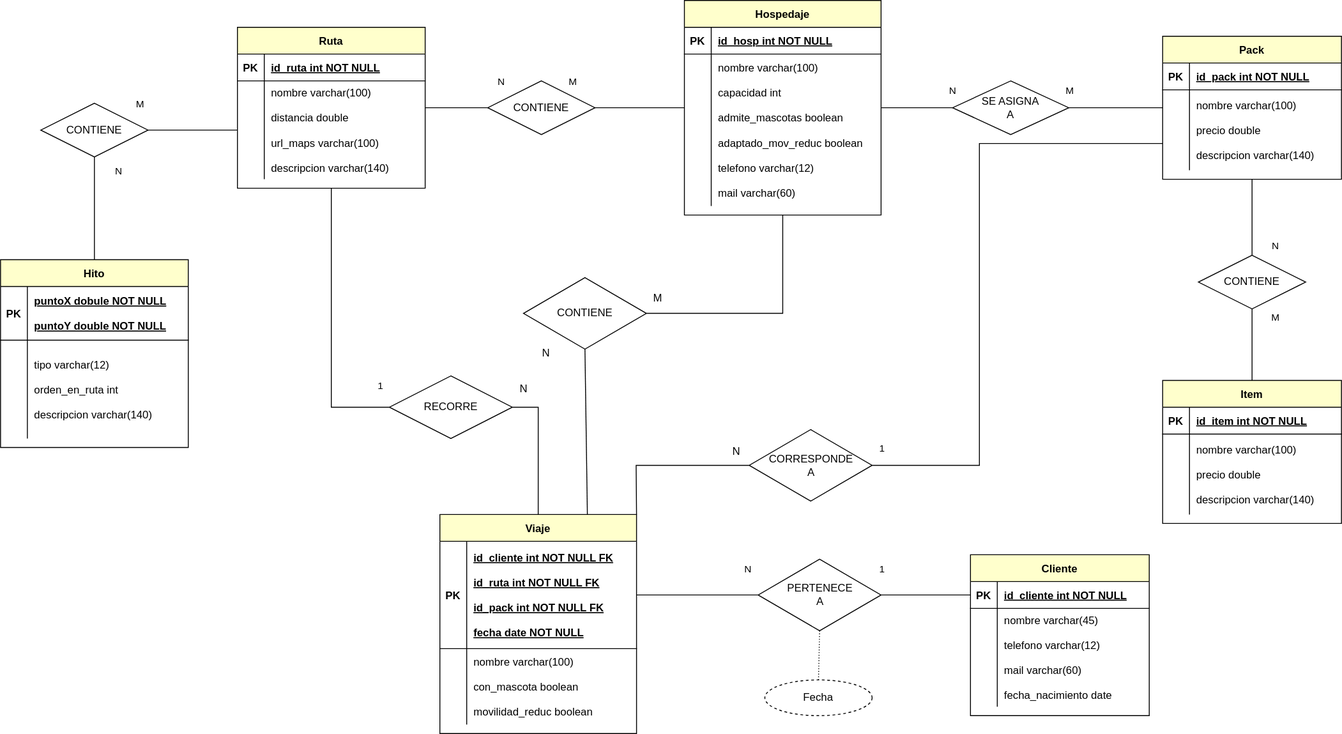
The draw.io diagram docs/images/diagrama_ER.svg in Kadeathdeluz/bookings, before a commit. Source tidied: cells renumbered, new cells last; positions are measured from the earlier drawing's top-left corner, leaving out a move shared by most shapes.
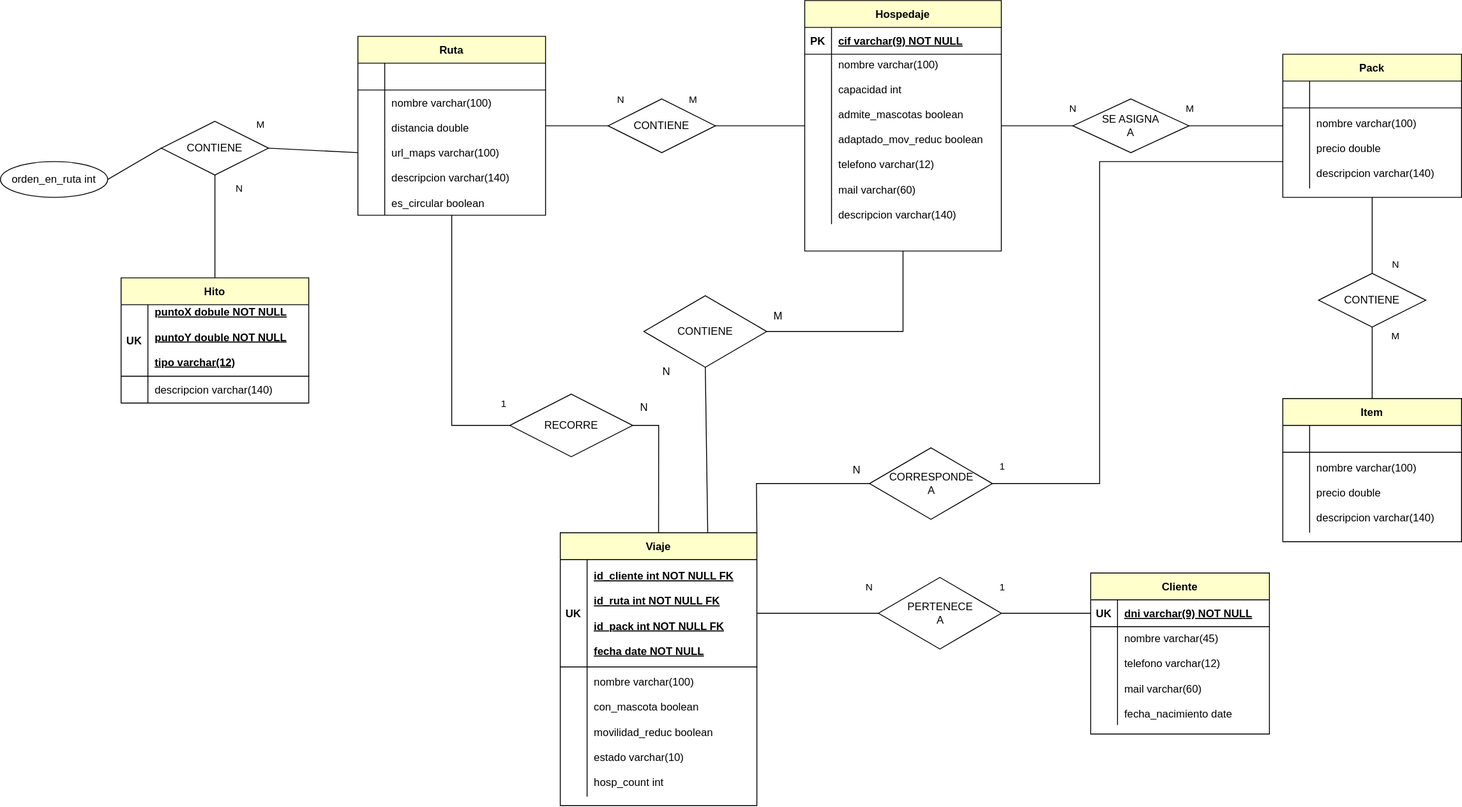
The same diagram one commit later.

Diff of the diagram source:
```diff
@@ -8,10 +8,10 @@
     <mxCell id="3" style="shape=partialRectangle;fillColor=none;points=[[0,0.5],[1,0.5]];portConstraint=eastwest;top=0;left=0;right=0;bottom=1;" parent="2" vertex="1">
       <mxGeometry y="30" width="200" height="30" as="geometry" />
     </mxCell>
-    <mxCell id="4" value="PK" style="shape=partialRectangle;overflow=hidden;fillColor=none;top=0;left=0;bottom=0;right=0;fontStyle=1;" parent="3" vertex="1">
+    <mxCell id="4" value="UK" style="shape=partialRectangle;overflow=hidden;fillColor=none;top=0;left=0;bottom=0;right=0;fontStyle=1;" parent="3" vertex="1">
       <mxGeometry width="30" height="30" as="geometry" />
     </mxCell>
-    <mxCell id="5" value="id_cliente int NOT NULL" style="shape=partialRectangle;overflow=hidden;fillColor=none;top=0;left=0;bottom=0;right=0;align=left;spacingLeft=6;fontStyle=5;" parent="3" vertex="1">
+    <mxCell id="5" value="dni varchar(9) NOT NULL" style="shape=partialRectangle;overflow=hidden;fillColor=none;top=0;left=0;bottom=0;right=0;align=left;spacingLeft=6;fontStyle=5;" parent="3" vertex="1">
       <mxGeometry x="30" width="170" height="30" as="geometry" />
     </mxCell>
     <mxCell id="6" style="shape=partialRectangle;fillColor=none;top=0;left=0;right=0;bottom=0;" parent="2" vertex="1">
@@ -24,7 +24,7 @@
       <mxGeometry x="30" width="170" height="110" as="geometry" />
     </mxCell>
     <mxCell id="9" value="Hospedaje" style="shape=table;startSize=30;rowLines=0;fontStyle=1;align=center;fillColor=#FFFFCC;" parent="1" vertex="1">
-      <mxGeometry x="765" width="220" height="240" as="geometry" />
+      <mxGeometry x="765" y="-20" width="220" height="280" as="geometry" />
     </mxCell>
     <mxCell id="10" style="shape=partialRectangle;fillColor=none;top=0;left=0;right=0;bottom=1;" parent="9" vertex="1">
       <mxGeometry y="30" width="220" height="30" as="geometry" />
@@ -32,38 +32,38 @@
     <mxCell id="11" value="PK" style="shape=partialRectangle;overflow=hidden;fillColor=none;top=0;left=0;bottom=0;right=0;fontStyle=1;" parent="10" vertex="1">
       <mxGeometry width="30" height="30" as="geometry" />
     </mxCell>
-    <mxCell id="12" value="id_hosp int NOT NULL" style="shape=partialRectangle;overflow=hidden;fillColor=none;top=0;left=0;bottom=0;right=0;align=left;spacingLeft=6;fontStyle=5;" parent="10" vertex="1">
+    <mxCell id="12" value="cif varchar(9) NOT NULL" style="shape=partialRectangle;overflow=hidden;fillColor=none;top=0;left=0;bottom=0;right=0;align=left;spacingLeft=6;fontStyle=5;" parent="10" vertex="1">
       <mxGeometry x="30" width="190" height="30" as="geometry" />
     </mxCell>
     <mxCell id="13" style="shape=partialRectangle;fillColor=none;top=0;left=0;right=0;bottom=0;" parent="9" vertex="1">
-      <mxGeometry y="60" width="220" height="170" as="geometry" />
+      <mxGeometry y="60" width="220" height="190" as="geometry" />
     </mxCell>
     <mxCell id="14" style="shape=partialRectangle;overflow=hidden;fillColor=none;top=0;left=0;bottom=0;right=0;" parent="13" vertex="1">
-      <mxGeometry width="30" height="170" as="geometry" />
+      <mxGeometry width="30" height="190" as="geometry" />
     </mxCell>
-    <mxCell id="15" value="nombre varchar(100)&#10;&#10;capacidad int&#10;&#10;admite_mascotas boolean&#10;&#10;adaptado_mov_reduc boolean&#10;&#10;telefono varchar(12)&#10;&#10;mail varchar(60)" style="shape=partialRectangle;overflow=hidden;fillColor=none;top=0;left=0;bottom=0;right=0;align=left;spacingLeft=6;" parent="13" vertex="1">
-      <mxGeometry x="30" width="190" height="170" as="geometry" />
+    <mxCell id="15" value="nombre varchar(100)&#10;&#10;capacidad int&#10;&#10;admite_mascotas boolean&#10;&#10;adaptado_mov_reduc boolean&#10;&#10;telefono varchar(12)&#10;&#10;mail varchar(60)&#10;&#10;descripcion varchar(140)" style="shape=partialRectangle;overflow=hidden;fillColor=none;top=0;left=0;bottom=0;right=0;align=left;spacingLeft=6;" parent="13" vertex="1">
+      <mxGeometry x="30" width="190" height="190" as="geometry" />
     </mxCell>
     <mxCell id="16" value="Ruta" style="shape=table;startSize=30;rowLines=0;fontStyle=1;align=center;fillColor=#FFFFCC;" parent="1" vertex="1">
-      <mxGeometry x="265" y="30" width="210" height="180" as="geometry" />
+      <mxGeometry x="265" y="20" width="210" height="200" as="geometry" />
     </mxCell>
     <mxCell id="17" style="shape=partialRectangle;fillColor=none;top=0;left=0;right=0;bottom=1;" parent="16" vertex="1">
       <mxGeometry y="30" width="210" height="30" as="geometry" />
     </mxCell>
-    <mxCell id="18" value="PK" style="shape=partialRectangle;overflow=hidden;fillColor=none;top=0;left=0;bottom=0;right=0;fontStyle=1;" parent="17" vertex="1">
+    <mxCell id="18" style="shape=partialRectangle;overflow=hidden;fillColor=none;top=0;left=0;bottom=0;right=0;fontStyle=1;" parent="17" vertex="1">
       <mxGeometry width="30" height="30" as="geometry" />
     </mxCell>
-    <mxCell id="19" value="id_ruta int NOT NULL" style="shape=partialRectangle;overflow=hidden;fillColor=none;top=0;left=0;bottom=0;right=0;align=left;spacingLeft=6;fontStyle=5;" parent="17" vertex="1">
+    <mxCell id="19" style="shape=partialRectangle;overflow=hidden;fillColor=none;top=0;left=0;bottom=0;right=0;align=left;spacingLeft=6;fontStyle=5;" parent="17" vertex="1">
       <mxGeometry x="30" width="180" height="30" as="geometry" />
     </mxCell>
     <mxCell id="20" style="shape=partialRectangle;fillColor=none;points=[[0,0.5],[1,0.5]];portConstraint=eastwest;top=0;left=0;right=0;bottom=0;" parent="16" vertex="1">
-      <mxGeometry y="60" width="210" height="110" as="geometry" />
+      <mxGeometry y="60" width="210" height="140" as="geometry" />
     </mxCell>
     <mxCell id="21" style="shape=partialRectangle;overflow=hidden;fillColor=none;top=0;left=0;bottom=0;right=0;" parent="20" vertex="1">
-      <mxGeometry width="30" height="110" as="geometry" />
+      <mxGeometry width="30" height="140" as="geometry" />
     </mxCell>
-    <mxCell id="22" value="nombre varchar(100)&#10;&#10;distancia double&#10;&#10;url_maps varchar(100)&#10;&#10;descripcion varchar(140)" style="shape=partialRectangle;overflow=hidden;fillColor=none;top=0;left=0;bottom=0;right=0;align=left;spacingLeft=6;" parent="20" vertex="1">
-      <mxGeometry x="30" width="180" height="110" as="geometry" />
+    <mxCell id="22" value="nombre varchar(100)&#10;&#10;distancia double&#10;&#10;url_maps varchar(100)&#10;&#10;descripcion varchar(140)&#10;&#10;es_circular boolean" style="shape=partialRectangle;overflow=hidden;fillColor=none;top=0;left=0;bottom=0;right=0;align=left;spacingLeft=6;" parent="20" vertex="1">
+      <mxGeometry x="30" width="180" height="140" as="geometry" />
     </mxCell>
     <mxCell id="23" value="Item" style="shape=table;startSize=30;rowLines=0;fontStyle=1;align=center;fillColor=#FFFFCC;" parent="1" vertex="1">
       <mxGeometry x="1300" y="425" width="200" height="160" as="geometry" />
@@ -71,10 +71,10 @@
     <mxCell id="24" style="shape=partialRectangle;fillColor=none;top=0;left=0;right=0;bottom=1;" parent="23" vertex="1">
       <mxGeometry y="30" width="200" height="30" as="geometry" />
     </mxCell>
-    <mxCell id="25" value="PK" style="shape=partialRectangle;overflow=hidden;fillColor=none;top=0;left=0;bottom=0;right=0;fontStyle=1;" parent="24" vertex="1">
+    <mxCell id="25" style="shape=partialRectangle;overflow=hidden;fillColor=none;top=0;left=0;bottom=0;right=0;fontStyle=1;" parent="24" vertex="1">
       <mxGeometry width="30" height="30" as="geometry" />
     </mxCell>
-    <mxCell id="26" value="id_item int NOT NULL" style="shape=partialRectangle;overflow=hidden;fillColor=none;top=0;left=0;bottom=0;right=0;align=left;spacingLeft=6;fontStyle=5;" parent="24" vertex="1">
+    <mxCell id="26" style="shape=partialRectangle;overflow=hidden;fillColor=none;top=0;left=0;bottom=0;right=0;align=left;spacingLeft=6;fontStyle=5;" parent="24" vertex="1">
       <mxGeometry x="30" width="170" height="30" as="geometry" />
     </mxCell>
     <mxCell id="27" style="shape=partialRectangle;fillColor=none;top=0;left=0;right=0;bottom=0;" parent="23" vertex="1">
@@ -92,10 +92,10 @@
     <mxCell id="31" style="shape=partialRectangle;fillColor=none;top=0;left=0;right=0;bottom=1;" parent="30" vertex="1">
       <mxGeometry y="30" width="200" height="30" as="geometry" />
     </mxCell>
-    <mxCell id="32" value="PK" style="shape=partialRectangle;overflow=hidden;fillColor=none;top=0;left=0;bottom=0;right=0;fontStyle=1;" parent="31" vertex="1">
+    <mxCell id="32" style="shape=partialRectangle;overflow=hidden;fillColor=none;top=0;left=0;bottom=0;right=0;fontStyle=1;" parent="31" vertex="1">
       <mxGeometry width="30" height="30" as="geometry" />
     </mxCell>
-    <mxCell id="33" value="id_pack int NOT NULL" style="shape=partialRectangle;overflow=hidden;fillColor=none;top=0;left=0;bottom=0;right=0;align=left;spacingLeft=6;fontStyle=5;" parent="31" vertex="1">
+    <mxCell id="33" style="shape=partialRectangle;overflow=hidden;fillColor=none;top=0;left=0;bottom=0;right=0;align=left;spacingLeft=6;fontStyle=5;" parent="31" vertex="1">
       <mxGeometry x="30" width="170" height="30" as="geometry" />
     </mxCell>
     <mxCell id="34" style="shape=partialRectangle;fillColor=none;top=0;left=0;right=0;bottom=0;" parent="30" vertex="1">
@@ -108,25 +108,25 @@
       <mxGeometry x="30" width="170" height="90" as="geometry" />
     </mxCell>
     <mxCell id="37" value="Viaje" style="shape=table;startSize=30;rowLines=0;fontStyle=1;align=center;fillColor=#FFFFCC;" parent="1" vertex="1">
-      <mxGeometry x="491.5" y="575" width="220" height="245" as="geometry" />
+      <mxGeometry x="491.5" y="575" width="220" height="305" as="geometry" />
     </mxCell>
     <mxCell id="38" style="shape=partialRectangle;fillColor=none;points=[[0,0.5],[1,0.5]];portConstraint=eastwest;top=0;left=0;right=0;bottom=1;" parent="37" vertex="1">
       <mxGeometry y="30" width="220" height="120" as="geometry" />
     </mxCell>
-    <mxCell id="39" value="PK" style="shape=partialRectangle;overflow=hidden;fillColor=none;top=0;left=0;bottom=0;right=0;fontStyle=1;align=center;" parent="38" vertex="1">
+    <mxCell id="39" value="UK" style="shape=partialRectangle;overflow=hidden;fillColor=none;top=0;left=0;bottom=0;right=0;fontStyle=1;align=center;" parent="38" vertex="1">
       <mxGeometry width="30" height="120" as="geometry" />
     </mxCell>
     <mxCell id="40" value="id_cliente int NOT NULL FK&#10;&#10;id_ruta int NOT NULL FK&#10;&#10;id_pack int NOT NULL FK&#10;&#10;fecha date NOT NULL" style="shape=partialRectangle;overflow=hidden;fillColor=none;top=0;left=0;bottom=0;right=0;align=left;spacingLeft=6;fontStyle=5;" parent="38" vertex="1">
       <mxGeometry x="30" width="190" height="120" as="geometry" />
     </mxCell>
     <mxCell id="41" style="shape=partialRectangle;fillColor=none;top=0;left=0;right=0;bottom=0;" parent="37" vertex="1">
-      <mxGeometry y="150" width="220" height="85" as="geometry" />
+      <mxGeometry y="150" width="220" height="145" as="geometry" />
     </mxCell>
     <mxCell id="42" style="shape=partialRectangle;overflow=hidden;fillColor=none;top=0;left=0;bottom=0;right=0;" parent="41" vertex="1">
-      <mxGeometry width="30" height="85" as="geometry" />
+      <mxGeometry width="30" height="145" as="geometry" />
     </mxCell>
-    <mxCell id="43" value="nombre varchar(100)&#10;&#10;con_mascota boolean&#10;&#10;movilidad_reduc boolean" style="shape=partialRectangle;overflow=hidden;fillColor=none;top=0;left=0;bottom=0;right=0;align=left;spacingLeft=6;" parent="41" vertex="1">
-      <mxGeometry x="30" width="190" height="85" as="geometry" />
+    <mxCell id="43" value="nombre varchar(100)&#10;&#10;con_mascota boolean&#10;&#10;movilidad_reduc boolean&#10;&#10;estado varchar(10)&#10;&#10;hosp_count int" style="shape=partialRectangle;overflow=hidden;fillColor=none;top=0;left=0;bottom=0;right=0;align=left;spacingLeft=6;" parent="41" vertex="1">
+      <mxGeometry x="30" width="190" height="145" as="geometry" />
     </mxCell>
     <mxCell id="44" style="endArrow=none;html=1;rounded=0;exitX=1;exitY=0.5;exitDx=0;exitDy=0;entryX=0;entryY=0.5;entryDx=0;entryDy=0;" parent="1" edge="1" source="16" target="46">
       <mxGeometry relative="1" as="geometry" />
@@ -209,9 +209,6 @@
         <mxPoint x="27" y="-36" as="offset" />
       </mxGeometry>
     </mxCell>
-    <mxCell id="63" style="endArrow=none;html=1;rounded=0;dashed=1;dashPattern=1 2;exitX=0.5;exitY=1;exitDx=0;exitDy=0;entryX=0.5;entryY=0;entryDx=0;entryDy=0;" parent="1" edge="1" source="64" target="69">
-      <mxGeometry relative="1" as="geometry" />
-    </mxCell>
     <mxCell id="64" value="PERTENECE&lt;div&gt;A&lt;/div&gt;" style="shape=rhombus;perimeter=rhombusPerimeter;whiteSpace=wrap;html=1;align=center;" parent="1" vertex="1">
       <mxGeometry x="847.5" y="625" width="137.5" height="80" as="geometry" />
     </mxCell>
@@ -231,9 +228,6 @@
         <mxPoint x="-20" y="-32" as="offset" />
       </mxGeometry>
     </mxCell>
-    <mxCell id="69" value="Fecha" style="ellipse;whiteSpace=wrap;html=1;align=center;dashed=1;" parent="1" vertex="1">
-      <mxGeometry x="855" y="760" width="120" height="40" as="geometry" />
-    </mxCell>
     <mxCell id="70" style="endArrow=none;html=1;rounded=0;exitX=1;exitY=0.5;exitDx=0;exitDy=0;entryX=0;entryY=0.75;entryDx=0;entryDy=0;" parent="1" edge="1" source="75" target="30">
       <mxGeometry relative="1" as="geometry">
         <Array as="points">
@@ -282,25 +276,25 @@
       <mxGeometry x="570" y="420" width="30" height="30" as="geometry" />
     </mxCell>
     <mxCell id="82" value="Hito" style="shape=table;startSize=30;rowLines=0;fontStyle=1;align=center;fillColor=#FFFFCC;" parent="1" vertex="1">
-      <mxGeometry y="290" width="210" height="210" as="geometry" />
+      <mxGeometry y="290" width="210" height="140" as="geometry" />
     </mxCell>
     <mxCell id="83" style="shape=partialRectangle;fillColor=none;top=0;left=0;right=0;bottom=1;" parent="82" vertex="1">
-      <mxGeometry y="30" width="210" height="60" as="geometry" />
+      <mxGeometry y="30" width="210" height="80" as="geometry" />
     </mxCell>
-    <mxCell id="84" value="PK" style="shape=partialRectangle;overflow=hidden;fillColor=none;top=0;left=0;bottom=0;right=0;fontStyle=1;" parent="83" vertex="1">
-      <mxGeometry width="30" height="60" as="geometry" />
+    <mxCell id="84" value="UK" style="shape=partialRectangle;overflow=hidden;fillColor=none;top=0;left=0;bottom=0;right=0;fontStyle=1;" parent="83" vertex="1">
+      <mxGeometry width="30" height="80" as="geometry" />
     </mxCell>
-    <mxCell id="85" value="puntoX dobule NOT NULL&#10;&#10;puntoY double NOT NULL" style="shape=partialRectangle;overflow=hidden;fillColor=none;top=0;left=0;bottom=0;right=0;align=left;spacingLeft=6;fontStyle=5;" parent="83" vertex="1">
-      <mxGeometry x="30" width="180" height="60" as="geometry" />
+    <mxCell id="85" value="puntoX dobule NOT NULL&#10;&#10;puntoY double NOT NULL&#10;&#10;tipo varchar(12)&#10;" style="shape=partialRectangle;overflow=hidden;fillColor=none;top=0;left=0;bottom=0;right=0;align=left;spacingLeft=6;fontStyle=5;" parent="83" vertex="1">
+      <mxGeometry x="30" width="180" height="80" as="geometry" />
     </mxCell>
     <mxCell id="86" style="shape=partialRectangle;fillColor=none;top=0;left=0;right=0;bottom=0;" parent="82" vertex="1">
-      <mxGeometry y="90" width="210" height="110" as="geometry" />
+      <mxGeometry y="110" width="210" height="30" as="geometry" />
     </mxCell>
     <mxCell id="87" style="shape=partialRectangle;overflow=hidden;fillColor=none;top=0;left=0;bottom=0;right=0;" parent="86" vertex="1">
-      <mxGeometry width="30" height="110" as="geometry" />
+      <mxGeometry width="30" height="30" as="geometry" />
     </mxCell>
-    <mxCell id="88" value="tipo varchar(12)&#10;&#10;orden_en_ruta int&#10;&#10;descripcion varchar(140)" style="shape=partialRectangle;overflow=hidden;fillColor=none;top=0;left=0;bottom=0;right=0;align=left;spacingLeft=6;" parent="86" vertex="1">
-      <mxGeometry x="30" width="180" height="110" as="geometry" />
+    <mxCell id="88" value="descripcion varchar(140)" style="shape=partialRectangle;overflow=hidden;fillColor=none;top=0;left=0;bottom=0;right=0;align=left;spacingLeft=6;" parent="86" vertex="1">
+      <mxGeometry x="30" width="180" height="30" as="geometry" />
     </mxCell>
     <mxCell id="89" style="endArrow=none;html=1;rounded=0;exitX=0.5;exitY=0;exitDx=0;exitDy=0;entryX=0.5;entryY=1;entryDx=0;entryDy=0;" parent="1" edge="1" source="82" target="91">
       <mxGeometry relative="1" as="geometry" />
@@ -321,5 +315,11 @@
         <mxPoint x="-67" y="-32" as="offset" />
       </mxGeometry>
     </mxCell>
+    <mxCell id="94" style="endArrow=none;html=1;rounded=0;entryX=0;entryY=0.5;entryDx=0;entryDy=0;exitX=1;exitY=0.5;exitDx=0;exitDy=0;" parent="1" edge="1" source="95" target="91">
+      <mxGeometry relative="1" as="geometry" />
+    </mxCell>
+    <mxCell id="95" value="&lt;span style=&quot;text-align: left; text-wrap-mode: nowrap;&quot;&gt;orden_en_ruta int&lt;/span&gt;" style="ellipse;whiteSpace=wrap;html=1;fillColor=none;" parent="1" vertex="1">
+      <mxGeometry x="-135" y="160" width="120" height="40" as="geometry" />
+    </mxCell>
   </root>
 </mxGraphModel>
```
